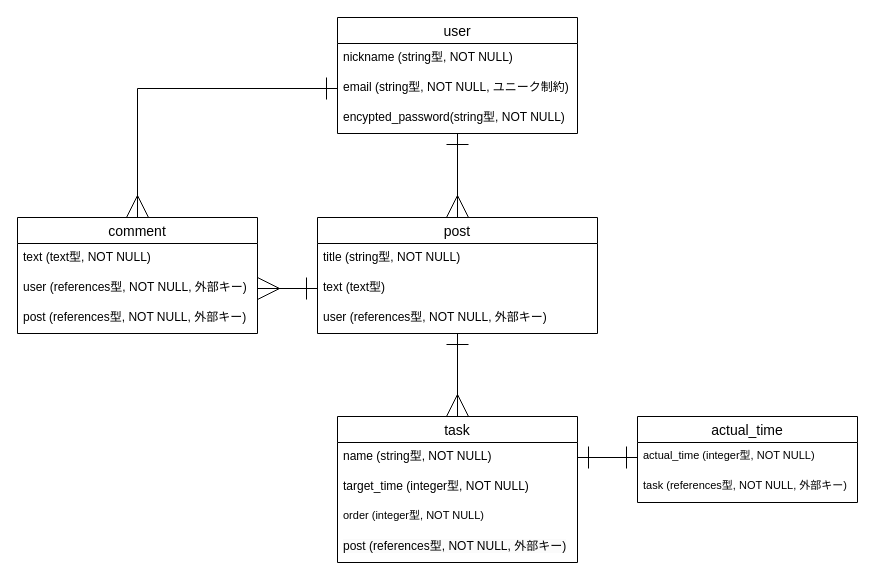
This is taskiary.dio from WatanabeMegumi/taskiary, a draw.io file, before an edit. Source tidied: cells renumbered, new cells numbered last; positions are measured from the earlier drawing's top-left corner, leaving out a move shared by most shapes. Both pictures are drawn from the tidied source at 100%, with x=0, y=0 at pixel (17, 17).
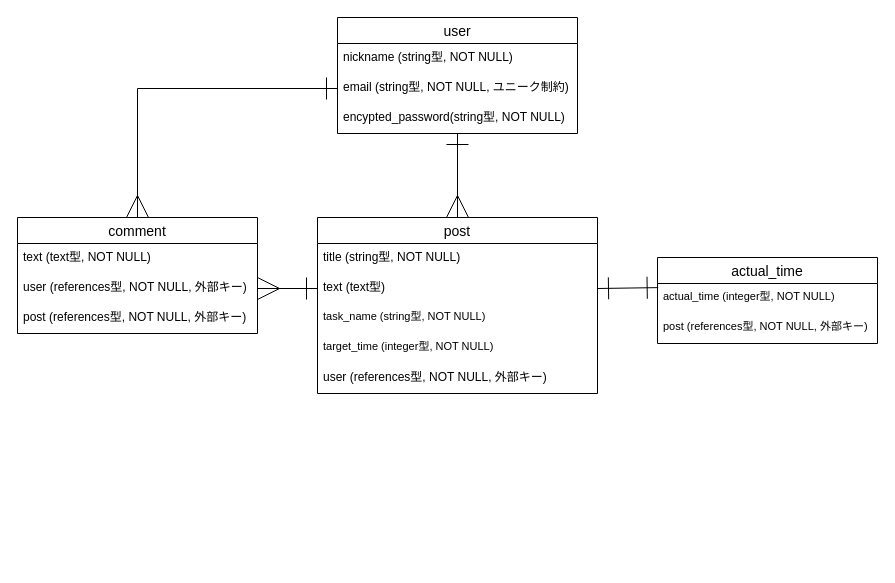
After the change.

Unchanged cells that the change refers to:
```xml
<mxCell id="20" value="&lt;span style=&quot;color: rgb(0, 0, 0);&quot;&gt;text (text型)&lt;/span&gt;" style="text;strokeColor=none;fillColor=none;spacingLeft=4;spacingRight=4;overflow=hidden;points=[[0,0.5],[1,0.5]];portConstraint=eastwest;fontSize=12;whiteSpace=wrap;html=1;" parent="18" vertex="1">
  <mxGeometry y="56" width="280" height="30" as="geometry" />
</mxCell>
<mxCell id="24" value="actual_time (integer型, NOT NULL)" style="text;strokeColor=none;fillColor=none;spacingLeft=4;spacingRight=4;overflow=hidden;points=[[0,0.5],[1,0.5]];portConstraint=eastwest;fontSize=11;whiteSpace=wrap;html=1;fontFamily=Helvetica;fontColor=default;labelBackgroundColor=default;" parent="23" vertex="1">
  <mxGeometry y="26" width="220" height="30" as="geometry" />
</mxCell>
```

What changed in the source:
```diff
@@
-    <mxCell id="6" style="edgeStyle=none;shape=connector;curved=0;rounded=0;html=1;exitX=0.5;exitY=0;exitDx=0;exitDy=0;strokeColor=default;align=center;verticalAlign=middle;fontFamily=Helvetica;fontSize=11;fontColor=default;labelBackgroundColor=default;startArrow=ERmany;startFill=0;startSize=20;endArrow=ERone;endFill=0;endSize=20;" parent="1" edge="1" source="7" target="18">
-      <mxGeometry relative="1" as="geometry" />
-    </mxCell>
-    <mxCell id="7" value="task" style="swimlane;fontStyle=0;horizontal=1;startSize=26;align=center;fontSize=14;" parent="1" vertex="1">
-      <mxGeometry x="320" y="399" width="240" height="146" as="geometry" />
-    </mxCell>
-    <mxCell id="8" value="name (string型, NOT NULL)" style="text;strokeColor=none;fillColor=none;spacingLeft=4;spacingRight=4;overflow=hidden;points=[[0,0.5],[1,0.5]];portConstraint=eastwest;fontSize=12;whiteSpace=wrap;html=1;" parent="7" vertex="1">
-      <mxGeometry y="26" width="240" height="30" as="geometry" />
-    </mxCell>
-    <mxCell id="9" value="target_time (integer型, NOT NULL)" style="text;strokeColor=none;fillColor=none;spacingLeft=4;spacingRight=4;overflow=hidden;fontSize=12;whiteSpace=wrap;html=1;" parent="7" vertex="1">
-      <mxGeometry y="56" width="240" height="30" as="geometry" />
-    </mxCell>
-    <mxCell id="10" value="order (integer型, NOT NULL)" style="text;strokeColor=none;fillColor=none;spacingLeft=4;spacingRight=4;overflow=hidden;fontSize=11;whiteSpace=wrap;html=1;fontFamily=Helvetica;fontColor=default;labelBackgroundColor=default;" parent="7" vertex="1">
-      <mxGeometry y="86" width="240" height="30" as="geometry" />
-    </mxCell>
-    <mxCell id="11" value="&lt;span style=&quot;color: rgb(0, 0, 0); font-size: 12px; background-color: rgb(251, 251, 251);&quot;&gt;post (references型, NOT NULL, 外部キー)&lt;/span&gt;" style="text;strokeColor=none;fillColor=none;spacingLeft=4;spacingRight=4;overflow=hidden;fontSize=11;whiteSpace=wrap;html=1;fontFamily=Helvetica;fontColor=default;labelBackgroundColor=default;" parent="7" vertex="1">
-      <mxGeometry y="116" width="240" height="30" as="geometry" />
-    </mxCell>
@@
     <mxCell id="18" value="post" style="swimlane;fontStyle=0;horizontal=1;startSize=26;align=center;fontSize=14;" parent="1" vertex="1">
-      <mxGeometry x="300" y="200" width="280" height="116" as="geometry" />
+      <mxGeometry x="300" y="200" width="280" height="176" as="geometry" />
     </mxCell>
@@
+    <mxCell id="27" value="task_name (string型, NOT NULL)" style="text;strokeColor=none;fillColor=none;spacingLeft=4;spacingRight=4;overflow=hidden;fontSize=11;whiteSpace=wrap;html=1;fontFamily=Helvetica;fontColor=default;labelBackgroundColor=default;" parent="18" vertex="1">
+      <mxGeometry y="86" width="280" height="30" as="geometry" />
+    </mxCell>
+    <mxCell id="9" value="target_time (integer型, NOT NULL)" style="text;strokeColor=none;fillColor=none;spacingLeft=4;spacingRight=4;overflow=hidden;fontSize=11;whiteSpace=wrap;html=1;fontFamily=Helvetica;fontColor=default;labelBackgroundColor=default;" parent="18" vertex="1">
+      <mxGeometry y="116" width="280" height="30" as="geometry" />
+    </mxCell>
     <mxCell id="21" value="&lt;span style=&quot;color: rgb(0, 0, 0);&quot;&gt;user (references型, NOT NULL, 外部キー)&lt;/span&gt;" style="text;strokeColor=none;fillColor=none;spacingLeft=4;spacingRight=4;overflow=hidden;fontSize=12;whiteSpace=wrap;html=1;" parent="18" vertex="1">
-      <mxGeometry y="86" width="280" height="30" as="geometry" />
+      <mxGeometry y="146" width="280" height="30" as="geometry" />
     </mxCell>
@@
     <mxCell id="23" value="actual_time" style="swimlane;fontStyle=0;horizontal=1;startSize=26;align=center;fontSize=14;fontFamily=Helvetica;fontColor=default;labelBackgroundColor=default;" parent="1" vertex="1">
-      <mxGeometry x="620" y="399" width="220" height="86" as="geometry" />
+      <mxGeometry x="640" y="240" width="220" height="86" as="geometry" />
     </mxCell>
@@
-    <mxCell id="25" value="task (references型, NOT NULL, 外部キー)" style="text;strokeColor=none;fillColor=none;spacingLeft=4;spacingRight=4;overflow=hidden;fontSize=11;whiteSpace=wrap;html=1;fontFamily=Helvetica;fontColor=default;labelBackgroundColor=default;" parent="23" vertex="1">
+    <mxCell id="25" value="post (references型, NOT NULL, 外部キー)" style="text;strokeColor=none;fillColor=none;spacingLeft=4;spacingRight=4;overflow=hidden;fontSize=11;whiteSpace=wrap;html=1;fontFamily=Helvetica;fontColor=default;labelBackgroundColor=default;" parent="23" vertex="1">
       <mxGeometry y="56" width="220" height="30" as="geometry" />
     </mxCell>
-    <mxCell id="26" style="edgeStyle=none;shape=connector;curved=0;rounded=0;html=1;exitX=1;exitY=0.5;exitDx=0;exitDy=0;entryX=0;entryY=0.5;entryDx=0;entryDy=0;strokeColor=default;align=center;verticalAlign=middle;fontFamily=Helvetica;fontSize=11;fontColor=default;labelBackgroundColor=default;startArrow=ERone;startFill=0;startSize=20;endArrow=ERone;endFill=0;endSize=20;" parent="1" edge="1" source="8" target="24">
-      <mxGeometry relative="1" as="geometry" />
-    </mxCell>
+    <mxCell id="28" style="edgeStyle=none;shape=connector;curved=0;rounded=0;html=1;exitX=1;exitY=0.5;exitDx=0;exitDy=0;entryX=0.003;entryY=0.137;entryDx=0;entryDy=0;entryPerimeter=0;strokeColor=default;align=center;verticalAlign=middle;fontFamily=Helvetica;fontSize=11;fontColor=default;labelBackgroundColor=default;startArrow=ERone;startFill=0;startSize=20;endArrow=ERone;endFill=0;endSize=20;" parent="1" edge="1" source="20" target="24">
+      <mxGeometry relative="1" as="geometry" />
+    </mxCell>
```
